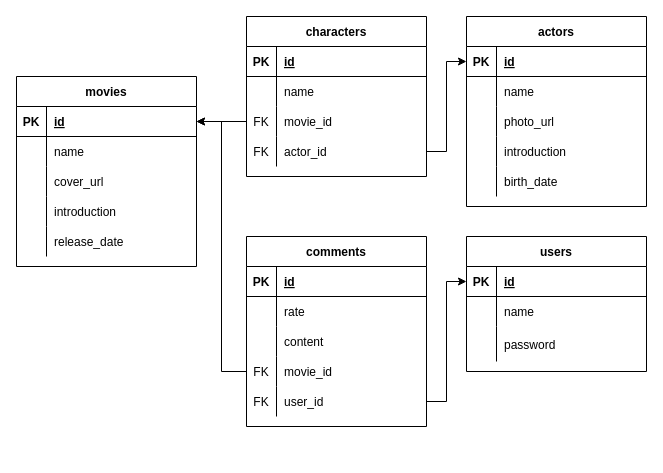
Above: graphs/er.drawio in SE-starshippilot/rotten-potatoes-formal (draw.io), before the change. Source tidied: cells renumbered, new cells numbered last; positions are measured from the earlier drawing's top-left corner, leaving out a move shared by most shapes. Both pictures are drawn from the tidied source at 100%, with x=0, y=0 at pixel (16, 16).
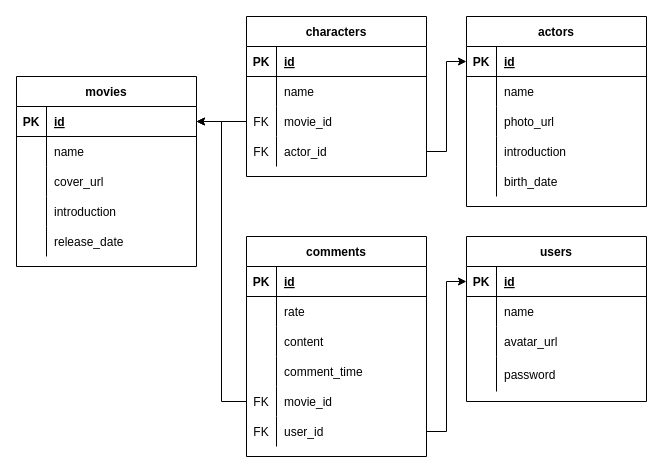
After the change.

Commit message (it also covers changes not shown here):
add comment and user avatar

Change to the diagram source:
```diff
@@
     <mxCell id="35" value="users" style="shape=table;startSize=30;childLayout=tableLayout;rowLines=0;fontStyle=1;align=center;" parent="1" vertex="1">
-      <mxGeometry x="450" y="220" width="180" height="135" as="geometry" />
+      <mxGeometry x="450" y="220" width="180" height="165" as="geometry" />
     </mxCell>
@@
+    <mxCell id="77" style="shape=partialRectangle;fillColor=none;top=0;left=0;bottom=0;right=0;" parent="35" vertex="1">
+      <mxGeometry y="90" width="180" height="30" as="geometry" />
+    </mxCell>
+    <mxCell id="78" style="shape=partialRectangle;fillColor=none;top=0;left=0;bottom=0;right=0;overflow=hidden;" parent="77" vertex="1">
+      <mxGeometry width="30" height="30" as="geometry" />
+    </mxCell>
+    <mxCell id="79" value="avatar_url" style="shape=partialRectangle;fillColor=none;top=0;left=0;bottom=0;right=0;align=left;spacingLeft=6;overflow=hidden;" parent="77" vertex="1">
+      <mxGeometry x="30" width="150" height="30" as="geometry" />
+    </mxCell>
     <mxCell id="42" style="shape=partialRectangle;fillColor=none;top=0;left=0;bottom=0;right=0;" parent="35" vertex="1">
-      <mxGeometry y="90" width="180" height="35" as="geometry" />
+      <mxGeometry y="120" width="180" height="35" as="geometry" />
     </mxCell>
@@
     <mxCell id="45" value="comments" style="shape=table;startSize=30;childLayout=tableLayout;rowLines=0;fontStyle=1;align=center;" parent="1" vertex="1">
-      <mxGeometry x="230" y="220" width="180" height="190" as="geometry" />
+      <mxGeometry x="230" y="220" width="180" height="220" as="geometry" />
     </mxCell>
@@
+    <mxCell id="80" style="shape=partialRectangle;fillColor=none;top=0;left=0;bottom=0;right=0;" parent="45" vertex="1">
+      <mxGeometry y="120" width="180" height="30" as="geometry" />
+    </mxCell>
+    <mxCell id="81" style="shape=partialRectangle;fillColor=none;top=0;left=0;bottom=0;right=0;overflow=hidden;" parent="80" vertex="1">
+      <mxGeometry width="30" height="30" as="geometry" />
+    </mxCell>
+    <mxCell id="82" value="comment_time" style="shape=partialRectangle;fillColor=none;top=0;left=0;bottom=0;right=0;align=left;spacingLeft=6;overflow=hidden;" parent="80" vertex="1">
+      <mxGeometry x="30" width="150" height="30" as="geometry" />
+    </mxCell>
     <mxCell id="55" style="shape=partialRectangle;fillColor=none;top=0;left=0;bottom=0;right=0;points=[[0,0.5],[1,0.5]];portConstraint=eastwest;" parent="45" vertex="1">
-      <mxGeometry y="120" width="180" height="30" as="geometry" />
+      <mxGeometry y="150" width="180" height="30" as="geometry" />
     </mxCell>
@@
     <mxCell id="58" style="shape=partialRectangle;fillColor=none;top=0;left=0;bottom=0;right=0;points=[[0,0.5],[1,0.5]];portConstraint=eastwest;" parent="45" vertex="1">
-      <mxGeometry y="150" width="180" height="30" as="geometry" />
+      <mxGeometry y="180" width="180" height="30" as="geometry" />
     </mxCell>
```
